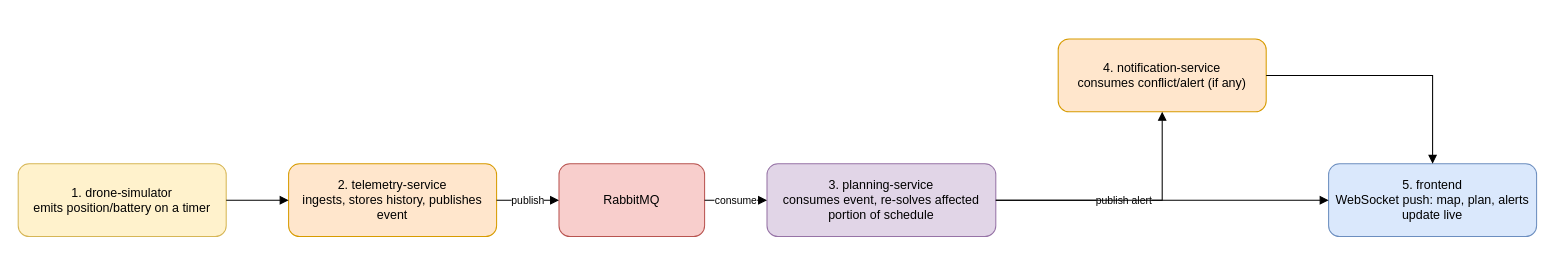
Earlier version of the draw.io diagram page "3 - Live Telemetry & Re-planning Flow" (3 of 14) of architecture.drawio (SwarM-industries/swarmops). Source tidied: cells renumbered, new cells numbered last; positions are measured from the earlier drawing's top-left corner, leaving out a move shared by most shapes. Both pictures are drawn from the tidied source at 104%, with x=0, y=0 at pixel (18, 38).
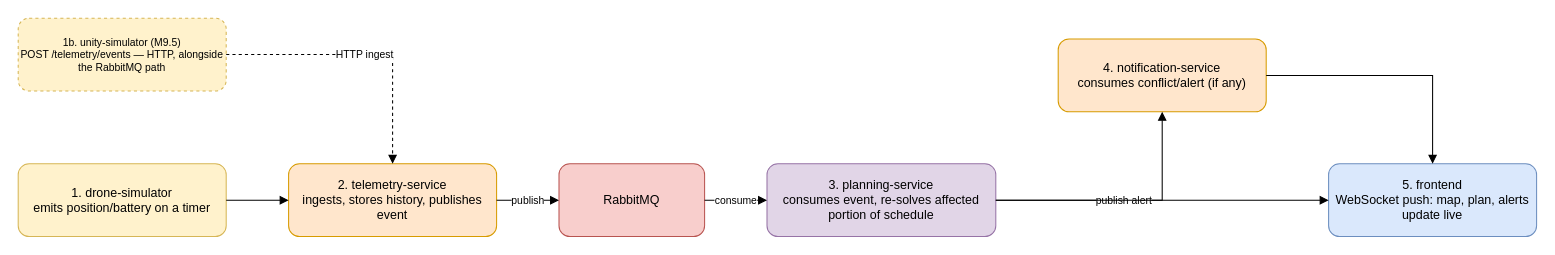
Above is the later version.

What changed in the source:
```diff
@@
 <mxGraphModel>
   <root>
     <mxCell id="0" />
     <mxCell id="1" parent="0" />
     <mxCell id="2" value="1. drone-simulator&#10;emits position/battery on a timer" style="rounded=1;whiteSpace=wrap;html=1;fillColor=#FFF2CC;strokeColor=#d6b656;" parent="1" vertex="1">
       <mxGeometry y="120" width="200" height="70" as="geometry" />
     </mxCell>
+    <mxCell id="14" value="1b. unity-simulator (M9.5)&#10;POST /telemetry/events — HTTP, alongside the RabbitMQ path" style="rounded=1;whiteSpace=wrap;html=1;fillColor=#FFF2CC;strokeColor=#d6b656;dashed=1;fontSize=10;" parent="1" vertex="1">
+      <mxGeometry y="-20" width="200" height="70" as="geometry" />
+    </mxCell>
     <mxCell id="3" value="2. telemetry-service&#10;ingests, stores history, publishes event" style="rounded=1;whiteSpace=wrap;html=1;fillColor=#FFE6CC;strokeColor=#d79b00;" parent="1" vertex="1">
       <mxGeometry x="260" y="120" width="200" height="70" as="geometry" />
     </mxCell>
     <mxCell id="4" value="RabbitMQ" style="rounded=1;whiteSpace=wrap;html=1;fillColor=#F8CECC;strokeColor=#b85450;" parent="1" vertex="1">
       <mxGeometry x="520" y="120" width="140" height="70" as="geometry" />
     </mxCell>
     <mxCell id="5" value="3. planning-service&#10;consumes event, re-solves affected portion of schedule" style="rounded=1;whiteSpace=wrap;html=1;fillColor=#E1D5E7;strokeColor=#9673a6;" parent="1" vertex="1">
       <mxGeometry x="720" y="120" width="220" height="70" as="geometry" />
     </mxCell>
     <mxCell id="6" value="4. notification-service&#10;consumes conflict/alert (if any)" style="rounded=1;whiteSpace=wrap;html=1;fillColor=#FFE6CC;strokeColor=#d79b00;" parent="1" vertex="1">
       <mxGeometry x="1000" width="200" height="70" as="geometry" />
     </mxCell>
     <mxCell id="7" value="5. frontend&#10;WebSocket push: map, plan, alerts update live" style="rounded=1;whiteSpace=wrap;html=1;fillColor=#DAE8FC;strokeColor=#6c8ebf;" parent="1" vertex="1">
       <mxGeometry x="1260" y="120" width="200" height="70" as="geometry" />
     </mxCell>
     <mxCell id="8" style="edgeStyle=orthogonalEdgeStyle;rounded=0;html=1;endArrow=block;" parent="1" edge="1" source="2" target="3">
       <mxGeometry relative="1" as="geometry" />
     </mxCell>
+    <mxCell id="15" value="HTTP ingest" style="edgeStyle=orthogonalEdgeStyle;rounded=0;html=1;endArrow=block;dashed=1;fontSize=10;" parent="1" edge="1" source="14" target="3">
+      <mxGeometry relative="1" as="geometry" />
+    </mxCell>
     <mxCell id="9" value="publish" style="edgeStyle=orthogonalEdgeStyle;rounded=0;html=1;endArrow=block;fontSize=10;" parent="1" edge="1" source="3" target="4">
       <mxGeometry relative="1" as="geometry" />
     </mxCell>
     <mxCell id="10" value="consume" style="edgeStyle=orthogonalEdgeStyle;rounded=0;html=1;endArrow=block;fontSize=10;" parent="1" edge="1" source="4" target="5">
       <mxGeometry relative="1" as="geometry" />
     </mxCell>
     <mxCell id="11" value="publish alert" style="edgeStyle=orthogonalEdgeStyle;rounded=0;html=1;endArrow=block;fontSize=10;" parent="1" edge="1" source="5" target="6">
       <mxGeometry relative="1" as="geometry" />
     </mxCell>
     <mxCell id="12" style="edgeStyle=orthogonalEdgeStyle;rounded=0;html=1;endArrow=block;" parent="1" edge="1" source="5" target="7">
       <mxGeometry relative="1" as="geometry" />
     </mxCell>
     <mxCell id="13" style="edgeStyle=orthogonalEdgeStyle;rounded=0;html=1;endArrow=block;" parent="1" edge="1" source="6" target="7">
       <mxGeometry relative="1" as="geometry" />
     </mxCell>
   </root>
 </mxGraphModel>
```
